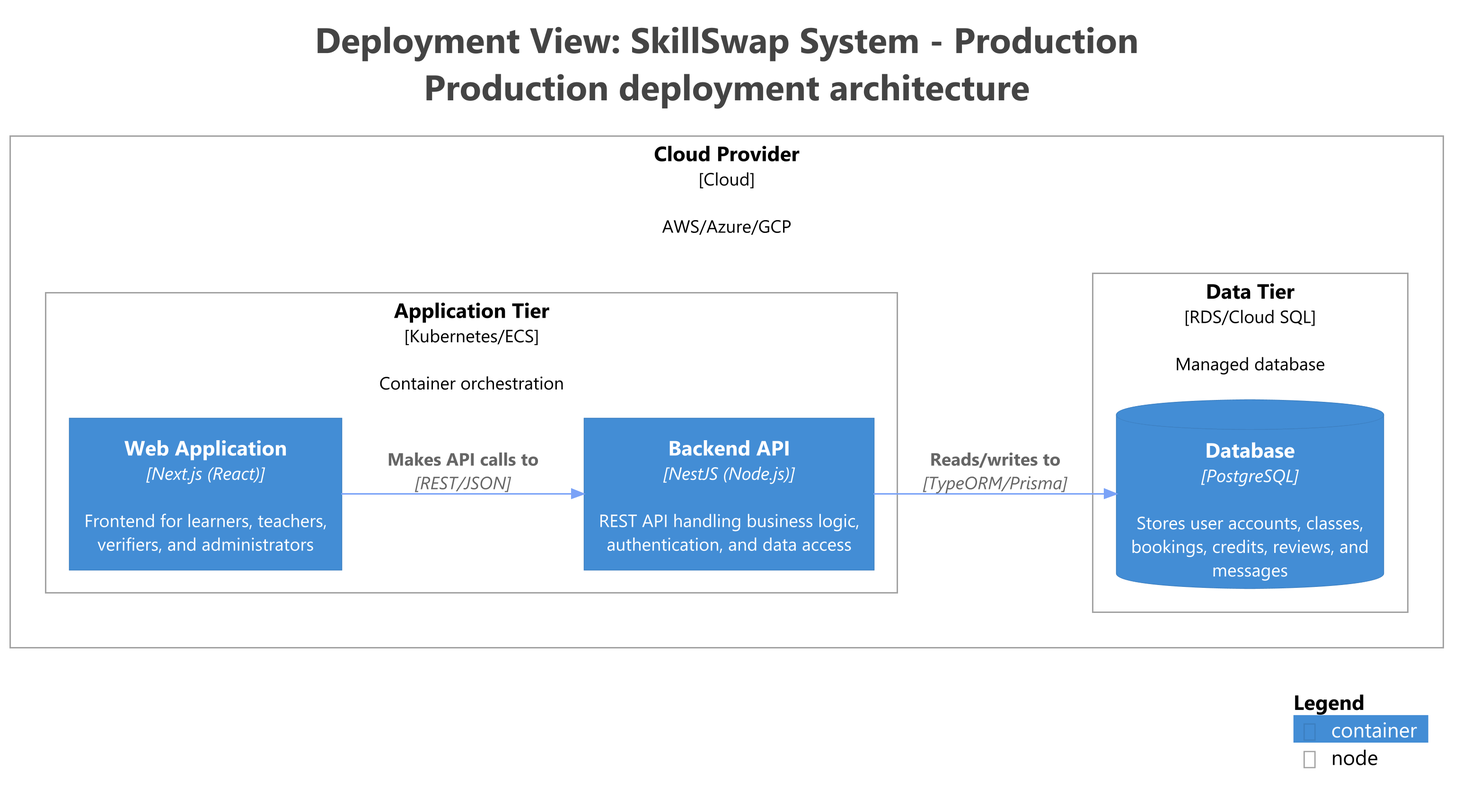
Earlier version of the PlantUML export docs/diagrams/c4/generated/structurizr-Deployment.png (trankien022/SkillSwap). Source of this version:
```plantuml
@startuml
title <size:24>Deployment View: SkillSwap System - Production</size>\n<size:24>Production deployment architecture</size>

set separator none
left to right direction

<style>
  root {
    BackgroundColor: #ffffff
    FontColor: #444444
  }
</style>

!include <C4/C4>
!include <C4/C4_Context>
!include <C4/C4_Container>
!include <C4/C4_Deployment>
!include C:/Users/LENOVO/.agents/skills/plantuml-skill/assets/premium-theme.puml
skinparam backgroundcolor #ffffff
skinparam linetype polyline

Deployment_Node(Production.CloudProvider, "Cloud Provider", $type="Cloud", $descr="AWS/Azure/GCP", $tags="", $link="") {
  Deployment_Node(Production.CloudProvider.ApplicationTier, "Application Tier", $type="Kubernetes/ECS", $descr="Container orchestration", $tags="", $link="") {
    Container(Production.CloudProvider.ApplicationTier.WebApplication_1, "Web Application", $techn="Next.js (React)", $descr="Frontend for learners, teachers, verifiers, and administrators", $tags="", $link="")
    Container(Production.CloudProvider.ApplicationTier.BackendAPI_1, "Backend API", $techn="NestJS (Node.js)", $descr="REST API handling business logic, authentication, and data access", $tags="", $link="")
  }

  Deployment_Node(Production.CloudProvider.DataTier, "Data Tier", $type="RDS/Cloud SQL", $descr="Managed database", $tags="", $link="") {
    ContainerDb(Production.CloudProvider.DataTier.Database_1, "Database", $techn="PostgreSQL", $descr="Stores user accounts, classes, bookings, credits, reviews, and messages", $tags="", $link="")
  }

}

Rel(Production.CloudProvider.ApplicationTier.WebApplication_1, Production.CloudProvider.ApplicationTier.BackendAPI_1, "Makes API calls to", $techn="REST/JSON", $tags="", $link="")
Rel(Production.CloudProvider.ApplicationTier.BackendAPI_1, Production.CloudProvider.DataTier.Database_1, "Reads/writes to", $techn="TypeORM/Prisma", $tags="", $link="")


SHOW_LEGEND(true)
hide stereotypes
@enduml
```
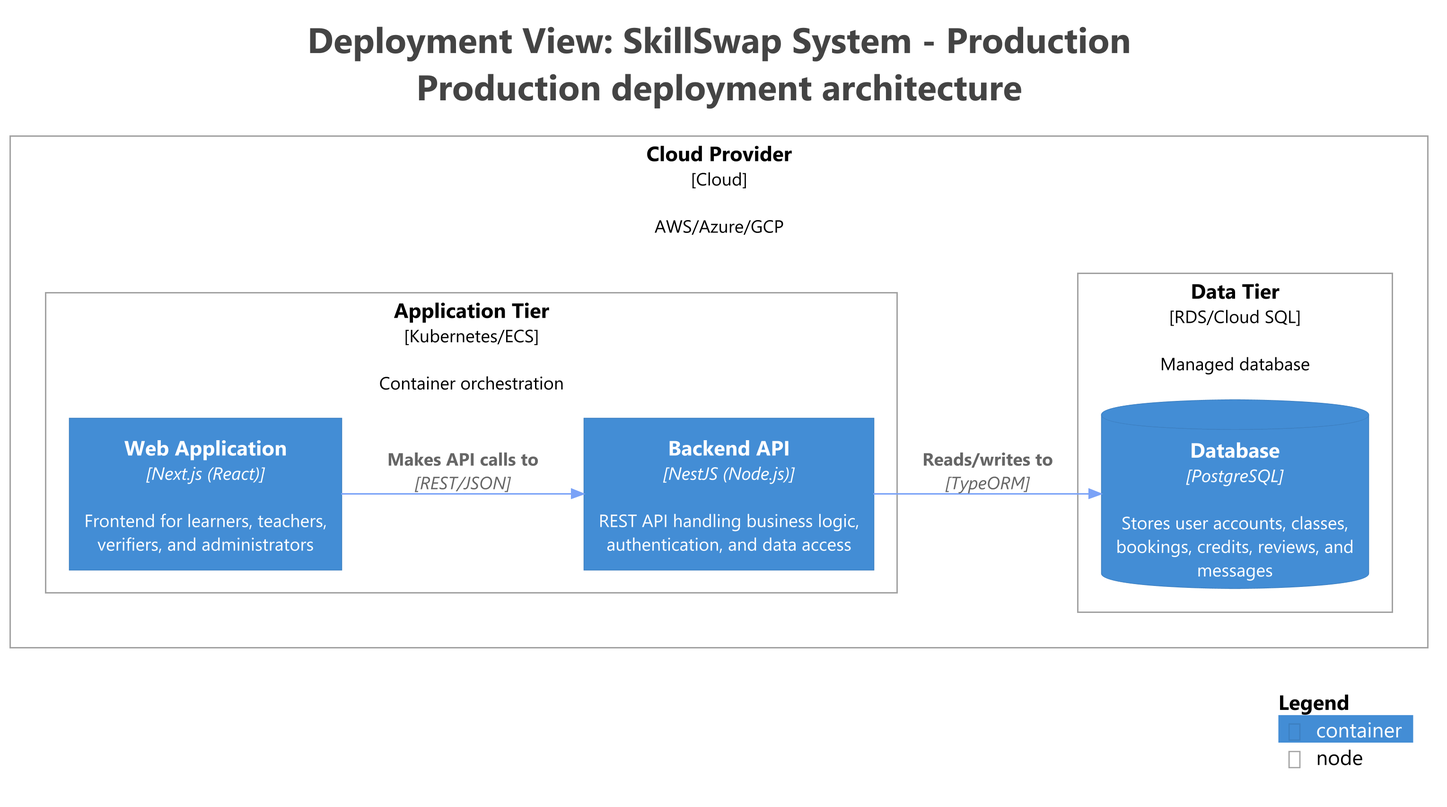
The same file after the commit.

Change to the diagram source:
```diff
@@ -32,7 +32,7 @@
 }
 
 Rel(Production.CloudProvider.ApplicationTier.WebApplication_1, Production.CloudProvider.ApplicationTier.BackendAPI_1, "Makes API calls to", $techn="REST/JSON", $tags="", $link="")
-Rel(Production.CloudProvider.ApplicationTier.BackendAPI_1, Production.CloudProvider.DataTier.Database_1, "Reads/writes to", $techn="TypeORM/Prisma", $tags="", $link="")
+Rel(Production.CloudProvider.ApplicationTier.BackendAPI_1, Production.CloudProvider.DataTier.Database_1, "Reads/writes to", $techn="TypeORM", $tags="", $link="")
 
 
 SHOW_LEGEND(true)
```
